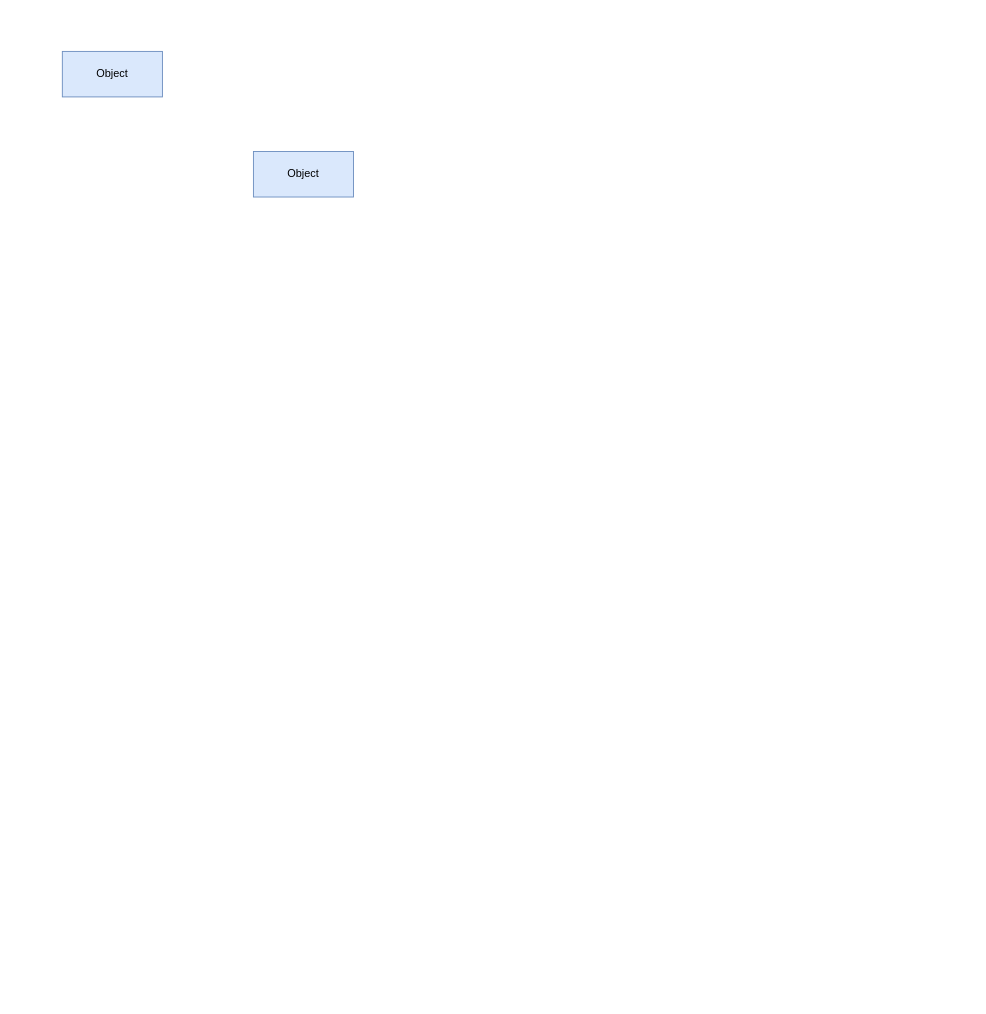
Above: Ecommerce/Practise.drawio in mike-rambil/Diagram-HORDE (draw.io), before the change. Source tidied: cells renumbered, new cells numbered last; positions are measured from the earlier drawing's top-left corner, leaving out a move shared by most shapes. Both pictures are drawn from the tidied source at 91%, with x=0, y=0 at pixel (62, 51).
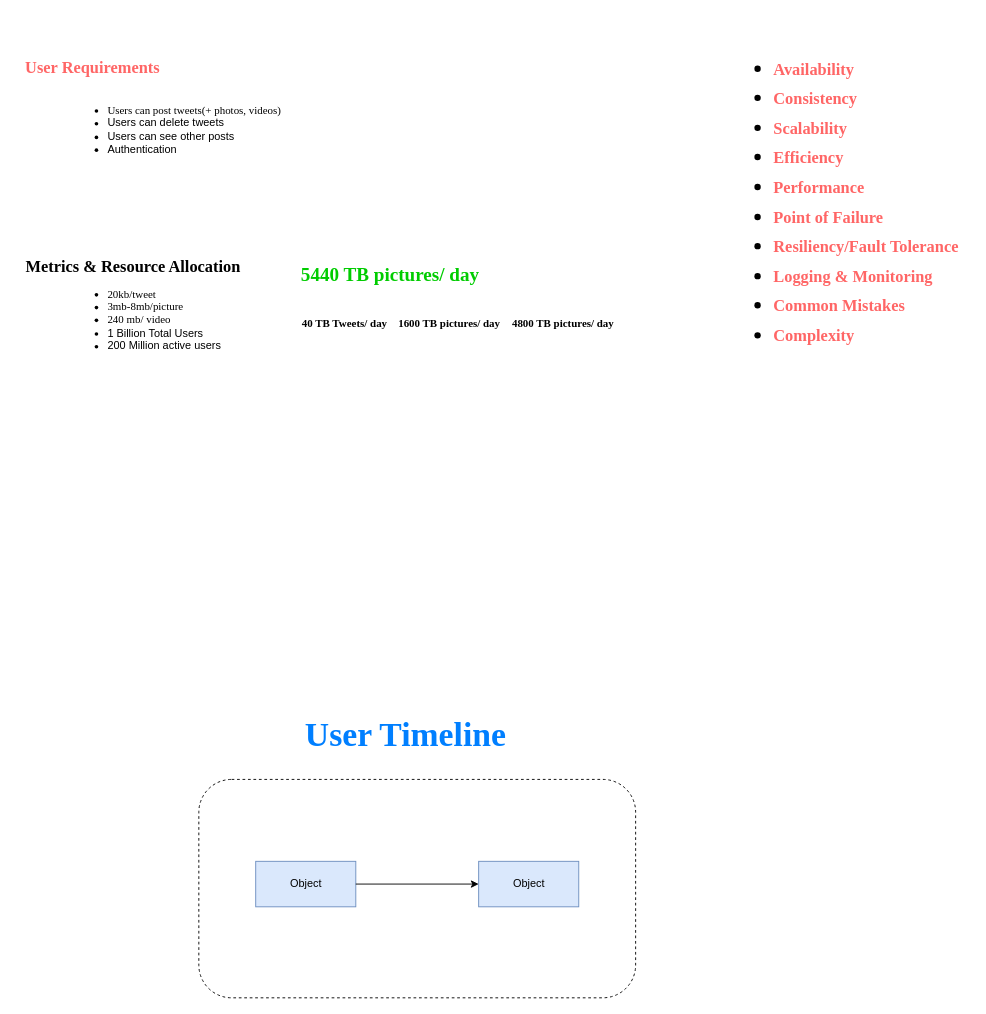
Above is the later version.

Change to the diagram source:
```diff
@@
+    <mxCell id="4" style="group;fontFamily=Times New Roman;" parent="1" vertex="1">
+      <mxGeometry x="-42" y="1" width="372" height="189" as="geometry" />
+    </mxCell>
+    <mxCell id="5" value="&lt;h1 style=&quot;line-height: 250%;&quot;&gt;&lt;b style=&quot;&quot;&gt;&lt;font color=&quot;#ff6666&quot; face=&quot;Garamond&quot; style=&quot;font-size: 18px;&quot;&gt;User Requirements&lt;/font&gt;&lt;/b&gt;&lt;/h1&gt;" style="text;html=1;align=center;verticalAlign=middle;strokeColor=none;fillColor=none;" parent="4" vertex="1">
+      <mxGeometry x="-9.6" y="-40" width="170" height="110" as="geometry" />
+    </mxCell>
+    <mxCell id="6" value="&lt;ul&gt;&lt;li&gt;&lt;font face=&quot;Garamond&quot;&gt;Users can post tweets(+ photos, videos)&lt;/font&gt;&lt;/li&gt;&lt;li&gt;&lt;font face=&quot;ABg3oSwbC5iNjlSyIxZX&quot;&gt;Users can delete tweets&lt;/font&gt;&lt;/li&gt;&lt;li&gt;&lt;font face=&quot;ABg3oSwbC5iNjlSyIxZX&quot;&gt;Users can see other posts&lt;/font&gt;&lt;/li&gt;&lt;li&gt;&lt;font face=&quot;ABg3oSwbC5iNjlSyIxZX&quot;&gt;Authentication&lt;/font&gt;&lt;/li&gt;&lt;/ul&gt;" style="text;html=1;align=left;verticalAlign=middle;strokeColor=none;fillColor=none;" parent="4" vertex="1">
+      <mxGeometry x="50" y="35" width="250" height="100" as="geometry" />
+    </mxCell>
+    <mxCell id="7" style="group;fontFamily=Times New Roman;dashed=1;dashPattern=1 4;" parent="1" vertex="1">
+      <mxGeometry x="-42" y="210" width="470" height="449" as="geometry" />
+    </mxCell>
+    <mxCell id="8" value="&lt;h1 style=&quot;line-height: 250%;&quot;&gt;&lt;b style=&quot;&quot;&gt;&lt;font face=&quot;Garamond&quot; style=&quot;font-size: 18px;&quot;&gt;Metrics &amp;amp; Resource Allocation&lt;/font&gt;&lt;/b&gt;&lt;/h1&gt;" style="text;html=1;align=left;verticalAlign=middle;strokeColor=none;fillColor=none;" parent="7" vertex="1">
+      <mxGeometry y="-30" width="260" height="110" as="geometry" />
+    </mxCell>
+    <mxCell id="9" value="&lt;ul&gt;&lt;li&gt;&lt;font face=&quot;Garamond&quot;&gt;20kb/tweet&lt;/font&gt;&lt;/li&gt;&lt;li&gt;&lt;font face=&quot;Garamond&quot;&gt;3mb-8mb/picture&lt;/font&gt;&lt;/li&gt;&lt;li&gt;&lt;font face=&quot;Garamond&quot;&gt;240 mb/ video&lt;/font&gt;&lt;/li&gt;&lt;li&gt;&lt;font face=&quot;CfSvEBZ2BJ6MO1ooFi9K&quot;&gt;1 Billion Total Users&amp;nbsp;&lt;/font&gt;&lt;/li&gt;&lt;li&gt;&lt;font face=&quot;CfSvEBZ2BJ6MO1ooFi9K&quot;&gt;200 Million active users&lt;/font&gt;&lt;/li&gt;&lt;/ul&gt;" style="text;html=1;align=left;verticalAlign=middle;strokeColor=none;fillColor=none;" parent="7" vertex="1">
+      <mxGeometry x="50" y="30" width="180" height="110" as="geometry" />
+    </mxCell>
+    <mxCell id="10" style="group;align=left;fontColor=#009900;" parent="1" vertex="1">
+      <mxGeometry x="250" y="210" width="370" height="120" as="geometry" />
+    </mxCell>
+    <mxCell id="11" value="&lt;h1&gt;&lt;font color=&quot;#00cc00&quot; style=&quot;font-size: 21px;&quot;&gt;5440 TB pictures/ day&lt;/font&gt;&lt;/h1&gt;" style="text;html=1;align=center;verticalAlign=middle;strokeColor=none;fillColor=none;fontSize=12;fontFamily=Times New Roman;fontColor=default;" parent="10" vertex="1">
+      <mxGeometry width="220" height="70" as="geometry" />
+    </mxCell>
+    <mxCell id="12" style="group;" parent="10" vertex="1">
+      <mxGeometry y="50" width="370" height="70" as="geometry" />
+    </mxCell>
+    <mxCell id="13" value="&lt;h1&gt;&lt;span style=&quot;font-size: 12px;&quot;&gt;40 TB Tweets/ day&lt;/span&gt;&lt;/h1&gt;" style="text;html=1;align=center;verticalAlign=middle;strokeColor=none;fillColor=none;fontSize=12;fontFamily=Times New Roman;fontColor=default;" parent="12" vertex="1">
+      <mxGeometry width="120" height="70" as="geometry" />
+    </mxCell>
+    <mxCell id="14" value="&lt;h1&gt;&lt;span style=&quot;font-size: 12px;&quot;&gt;1600 TB pictures/ day&lt;/span&gt;&lt;/h1&gt;" style="text;html=1;align=center;verticalAlign=middle;strokeColor=none;fillColor=none;fontSize=12;fontFamily=Times New Roman;fontColor=default;" parent="12" vertex="1">
+      <mxGeometry x="105" width="140" height="70" as="geometry" />
+    </mxCell>
+    <mxCell id="15" value="&lt;h1&gt;&lt;span style=&quot;font-size: 12px;&quot;&gt;4800 TB pictures/ day&lt;/span&gt;&lt;/h1&gt;" style="text;html=1;align=center;verticalAlign=middle;strokeColor=none;fillColor=none;fontSize=12;fontFamily=Times New Roman;fontColor=default;" parent="12" vertex="1">
+      <mxGeometry x="230" width="140" height="70" as="geometry" />
+    </mxCell>
+    <mxCell id="16" value="&lt;h1 style=&quot;line-height: 123%;&quot;&gt;&lt;ul style=&quot;line-height: 123%;&quot;&gt;&lt;li style=&quot;text-align: left;&quot;&gt;&lt;font face=&quot;Garamond&quot; color=&quot;#ff6666&quot;&gt;&lt;span style=&quot;font-size: 18px;&quot;&gt;Availability&lt;/span&gt;&lt;/font&gt;&lt;/li&gt;&lt;li style=&quot;text-align: left;&quot;&gt;&lt;font face=&quot;Garamond&quot; color=&quot;#ff6666&quot;&gt;&lt;span style=&quot;font-size: 18px;&quot;&gt;Consistency&lt;/span&gt;&lt;/font&gt;&lt;/li&gt;&lt;li style=&quot;text-align: left;&quot;&gt;&lt;font face=&quot;Garamond&quot; color=&quot;#ff6666&quot;&gt;&lt;span style=&quot;font-size: 18px;&quot;&gt;Scalability&lt;/span&gt;&lt;/font&gt;&lt;/li&gt;&lt;li style=&quot;text-align: left;&quot;&gt;&lt;font face=&quot;Garamond&quot; color=&quot;#ff6666&quot;&gt;&lt;span style=&quot;font-size: 18px;&quot;&gt;Efficiency&lt;/span&gt;&lt;/font&gt;&lt;/li&gt;&lt;li style=&quot;text-align: left;&quot;&gt;&lt;font face=&quot;Garamond&quot; color=&quot;#ff6666&quot;&gt;&lt;span style=&quot;font-size: 18px;&quot;&gt;Performance&lt;/span&gt;&lt;/font&gt;&lt;/li&gt;&lt;li style=&quot;text-align: left;&quot;&gt;&lt;font face=&quot;Garamond&quot; color=&quot;#ff6666&quot;&gt;&lt;span style=&quot;font-size: 18px;&quot;&gt;Point of Failure&lt;/span&gt;&lt;/font&gt;&lt;/li&gt;&lt;li style=&quot;border-color: var(--border-color); text-align: left;&quot;&gt;&lt;font style=&quot;border-color: var(--border-color); font-size: 18px;&quot; face=&quot;Garamond&quot; color=&quot;#ff6666&quot;&gt;Resiliency/Fault Tolerance&lt;/font&gt;&lt;/li&gt;&lt;li style=&quot;border-color: var(--border-color); text-align: left;&quot;&gt;&lt;font style=&quot;border-color: var(--border-color); font-size: 18px;&quot; face=&quot;Garamond&quot; color=&quot;#ff6666&quot;&gt;Logging &amp;amp; Monitoring&lt;/font&gt;&lt;/li&gt;&lt;li style=&quot;border-color: var(--border-color); text-align: left;&quot;&gt;&lt;font face=&quot;Garamond&quot; color=&quot;#ff6666&quot;&gt;&lt;span style=&quot;font-size: 18px;&quot;&gt;Common Mistakes&lt;/span&gt;&lt;/font&gt;&lt;/li&gt;&lt;li style=&quot;border-color: var(--border-color); text-align: left;&quot;&gt;&lt;font face=&quot;Garamond&quot; color=&quot;#ff6666&quot;&gt;&lt;span style=&quot;font-size: 18px;&quot;&gt;Complexity&lt;/span&gt;&lt;/font&gt;&lt;/li&gt;&lt;/ul&gt;&lt;/h1&gt;" style="text;html=1;align=center;verticalAlign=middle;strokeColor=none;fillColor=none;" parent="1" vertex="1">
+      <mxGeometry x="727.5" y="-30" width="270" height="390" as="geometry" />
+    </mxCell>
+    <mxCell id="17" style="group;fontFamily=Times New Roman;" parent="1" vertex="1">
+      <mxGeometry x="188" y="690" width="389" height="100" as="geometry" />
+    </mxCell>
+    <mxCell id="18" value="&lt;p style=&quot;line-height: 373%;&quot;&gt;&lt;/p&gt;&lt;h1 style=&quot;line-height: 443%;&quot;&gt;&lt;b style=&quot;&quot;&gt;&lt;font color=&quot;#007fff&quot; face=&quot;Garamond&quot; style=&quot;font-size: 37px;&quot;&gt;User Timeline&lt;/font&gt;&lt;/b&gt;&lt;/h1&gt;&lt;p&gt;&lt;/p&gt;" style="text;html=1;align=center;verticalAlign=middle;strokeColor=none;fillColor=none;" parent="17" vertex="1">
+      <mxGeometry x="69" y="-15.9" width="240" height="160" as="geometry" />
+    </mxCell>
+    <mxCell id="19" style="group;" parent="1" vertex="1">
+      <mxGeometry x="150" y="800" width="480" height="240" as="geometry" />
+    </mxCell>
+    <mxCell id="20" style="rounded=1;whiteSpace=wrap;html=1;align=center;verticalAlign=top;fontFamily=Times New Roman;fontSize=12;fontColor=default;fillColor=none;gradientColor=none;dashed=1;" parent="19" vertex="1">
+      <mxGeometry width="480" height="240" as="geometry" />
+    </mxCell>
-    <mxCell id="2" value="Object" style="html=1;whiteSpace=wrap;fillColor=#dae8fc;strokeColor=#6c8ebf;" parent="1" vertex="1">
-      <mxGeometry width="110" height="50" as="geometry" />
+    <mxCell id="2" value="Object" style="html=1;whiteSpace=wrap;fillColor=#dae8fc;strokeColor=#6c8ebf;" parent="19" vertex="1">
+      <mxGeometry x="62.5" y="90" width="110" height="50" as="geometry" />
     </mxCell>
-    <mxCell id="3" value="Object" style="html=1;whiteSpace=wrap;fillColor=#dae8fc;strokeColor=#6c8ebf;" parent="1" vertex="1">
-      <mxGeometry x="210" y="110" width="110" height="50" as="geometry" />
+    <mxCell id="3" value="Object" style="html=1;whiteSpace=wrap;fillColor=#dae8fc;strokeColor=#6c8ebf;" parent="19" vertex="1">
+      <mxGeometry x="307.5" y="90" width="110" height="50" as="geometry" />
     </mxCell>
+    <mxCell id="21" style="edgeStyle=orthogonalEdgeStyle;rounded=0;jettySize=auto;html=1;exitX=1;exitY=0.5;exitDx=0;exitDy=0;entryX=0;entryY=0.5;entryDx=0;entryDy=0;fontFamily=Times New Roman;fontSize=12;fontColor=default;" parent="19" edge="1" source="2" target="3">
+      <mxGeometry relative="1" as="geometry" />
+    </mxCell>
```
